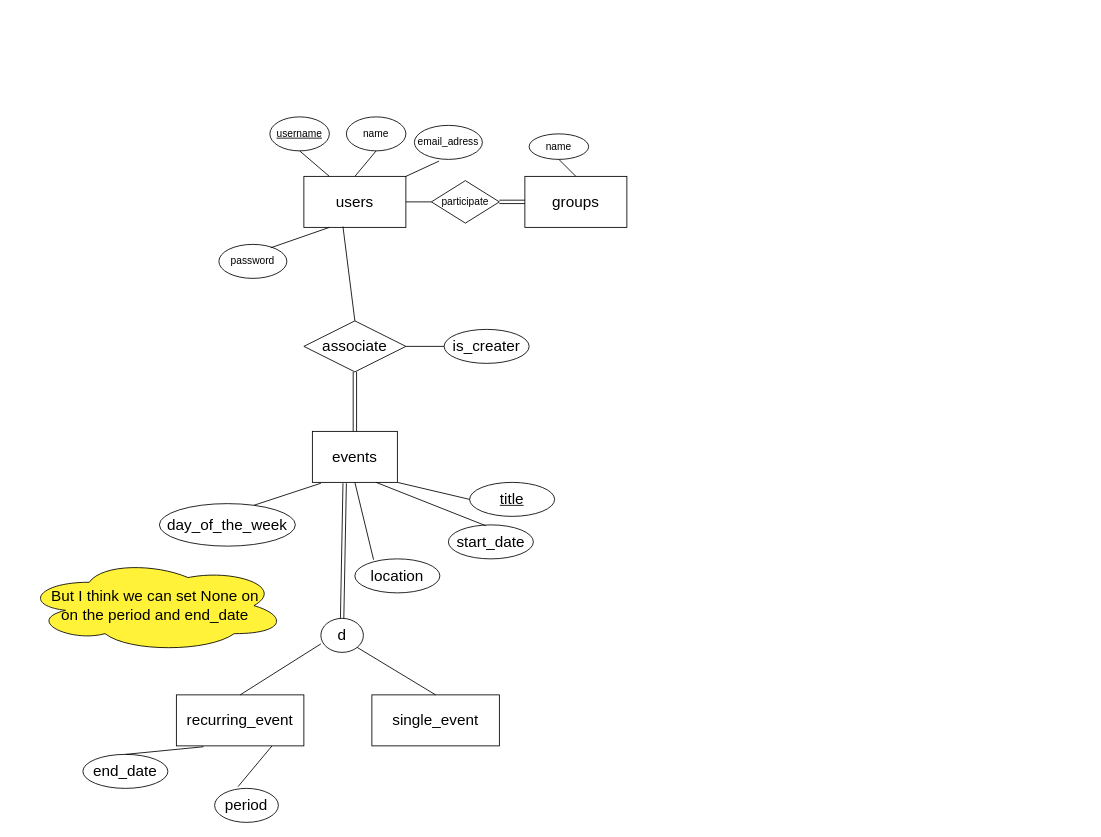
This is COMP 9311/assignment1-CSE-web-based.drawio from LoverCheng/unsw, a draw.io file, before an edit. Source tidied: cells renumbered, new cells numbered last; positions are measured from the earlier drawing's top-left corner, leaving out a move shared by most shapes. Both pictures are drawn from the tidied source at 85%, with x=0, y=0 at pixel (23, 116).
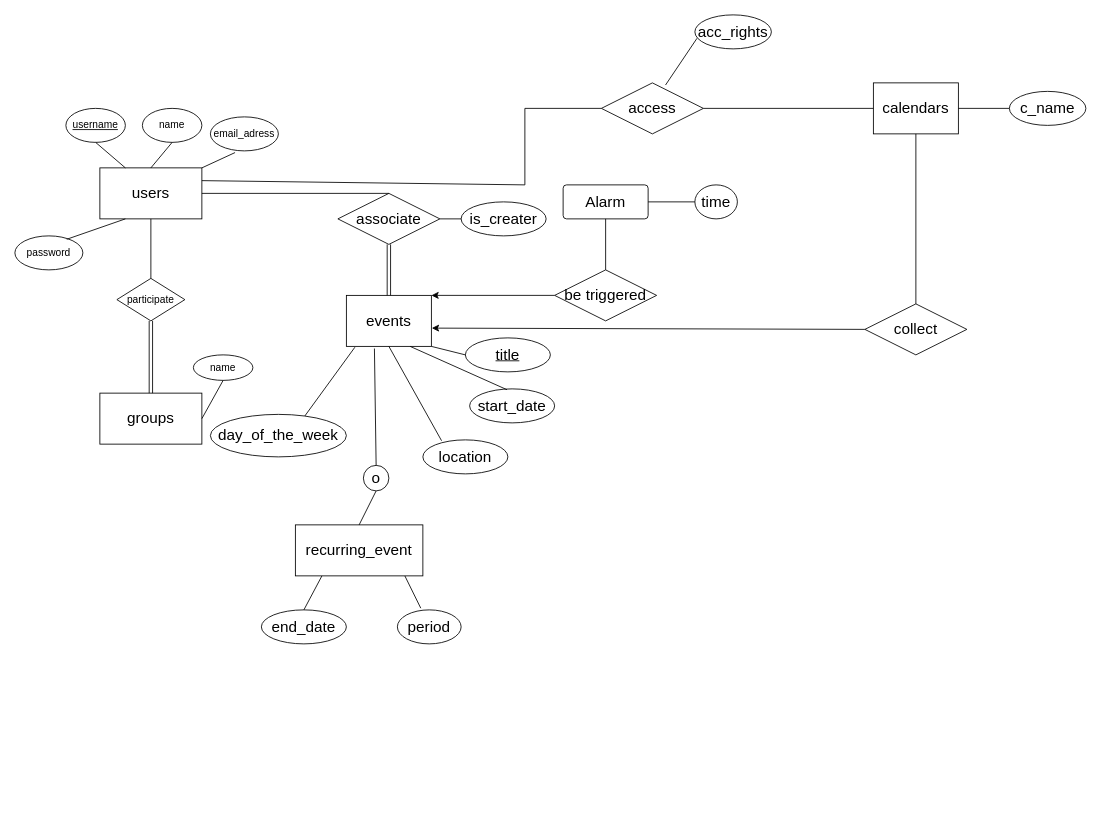
The same page after the edit.

Change to the diagram source:
```diff
@@
     <mxCell id="2" value="name" style="ellipse;whiteSpace=wrap;html=1;" parent="1" vertex="1">
-      <mxGeometry x="380" width="70" height="40" as="geometry" />
+      <mxGeometry x="140" y="-10" width="70" height="40" as="geometry" />
     </mxCell>
     <mxCell id="3" value="&lt;font style=&quot;font-size: 18px;&quot;&gt;users&lt;/font&gt;" style="rounded=0;whiteSpace=wrap;html=1;" parent="1" vertex="1">
-      <mxGeometry x="330" y="70" width="120" height="60" as="geometry" />
+      <mxGeometry x="90" y="60" width="120" height="60" as="geometry" />
     </mxCell>
     <mxCell id="4" value="email_adress" style="ellipse;whiteSpace=wrap;html=1;" parent="1" vertex="1">
-      <mxGeometry x="460" y="10" width="80" height="40" as="geometry" />
+      <mxGeometry x="220" width="80" height="40" as="geometry" />
     </mxCell>
     <mxCell id="5" value="&lt;u&gt;username&lt;/u&gt;" style="ellipse;whiteSpace=wrap;html=1;" parent="1" vertex="1">
-      <mxGeometry x="290" width="70" height="40" as="geometry" />
+      <mxGeometry x="50" y="-10" width="70" height="40" as="geometry" />
     </mxCell>
     <mxCell id="6" value="password" style="ellipse;whiteSpace=wrap;html=1;" parent="1" vertex="1">
-      <mxGeometry x="230" y="150" width="80" height="40" as="geometry" />
+      <mxGeometry x="-10" y="140" width="80" height="40" as="geometry" />
     </mxCell>
@@
     <mxCell id="11" value="&lt;font style=&quot;font-size: 18px;&quot;&gt;groups&lt;/font&gt;" style="rounded=0;whiteSpace=wrap;html=1;" parent="1" vertex="1">
-      <mxGeometry x="590" y="70" width="120" height="60" as="geometry" />
+      <mxGeometry x="90" y="325" width="120" height="60" as="geometry" />
     </mxCell>
     <mxCell id="12" value="name" style="ellipse;whiteSpace=wrap;html=1;" parent="1" vertex="1">
-      <mxGeometry x="595" y="20" width="70" height="30" as="geometry" />
+      <mxGeometry x="200" y="280" width="70" height="30" as="geometry" />
     </mxCell>
-    <mxCell id="13" style="endArrow=none;html=1;rounded=0;entryX=0.5;entryY=1;entryDx=0;entryDy=0;exitX=0.5;exitY=0;exitDx=0;exitDy=0;" parent="1" edge="1" source="11" target="12">
+    <mxCell id="13" style="endArrow=none;html=1;rounded=0;entryX=0.5;entryY=1;entryDx=0;entryDy=0;exitX=1;exitY=0.5;exitDx=0;exitDy=0;" parent="1" edge="1" source="11" target="12">
       <mxGeometry relative="1" as="geometry" />
     </mxCell>
     <mxCell id="14" value="participate" style="rhombus;whiteSpace=wrap;html=1;" parent="1" vertex="1">
-      <mxGeometry x="480" y="75" width="80" height="50" as="geometry" />
+      <mxGeometry x="110" y="190" width="80" height="50" as="geometry" />
     </mxCell>
     <mxCell id="15" value="&lt;font style=&quot;font-size: 18px;&quot;&gt;events&lt;/font&gt;" style="rounded=0;whiteSpace=wrap;html=1;" parent="1" vertex="1">
-      <mxGeometry x="340" y="370" width="100" height="60" as="geometry" />
+      <mxGeometry x="380" y="210" width="100" height="60" as="geometry" />
     </mxCell>
-    <mxCell id="16" style="endArrow=none;html=1;rounded=0;exitX=1;exitY=0.5;exitDx=0;exitDy=0;entryX=0;entryY=0.5;entryDx=0;entryDy=0;" parent="1" edge="1" source="3" target="14">
+    <mxCell id="16" style="endArrow=none;html=1;rounded=0;exitX=0.5;exitY=1;exitDx=0;exitDy=0;entryX=0.5;entryY=0;entryDx=0;entryDy=0;" parent="1" edge="1" source="3" target="14">
       <mxGeometry relative="1" as="geometry" />
     </mxCell>
-    <mxCell id="17" style="shape=link;html=1;rounded=0;entryX=0;entryY=0.5;entryDx=0;entryDy=0;exitX=1;exitY=0.5;exitDx=0;exitDy=0;" parent="1" edge="1" source="14" target="11">
+    <mxCell id="17" style="shape=link;html=1;rounded=0;entryX=0.5;entryY=0;entryDx=0;entryDy=0;exitX=0.5;exitY=1;exitDx=0;exitDy=0;" parent="1" edge="1" source="14" target="11">
       <mxGeometry relative="1" as="geometry" />
     </mxCell>
@@
     <mxCell id="19" value="period" style="ellipse;whiteSpace=wrap;html=1;align=center;fontSize=18;" parent="1" vertex="1">
-      <mxGeometry x="225" y="790" width="75" height="40" as="geometry" />
+      <mxGeometry x="440" y="580" width="75" height="40" as="geometry" />
     </mxCell>
-    <mxCell id="20" style="endArrow=none;html=1;rounded=0;fontSize=18;exitX=0.75;exitY=1;exitDx=0;exitDy=0;entryX=0.367;entryY=-0.05;entryDx=0;entryDy=0;entryPerimeter=0;" parent="1" edge="1" source="36" target="19">
+    <mxCell id="20" style="endArrow=none;html=1;rounded=0;fontSize=18;entryX=0.367;entryY=-0.05;entryDx=0;entryDy=0;entryPerimeter=0;exitX=0.857;exitY=0.992;exitDx=0;exitDy=0;exitPerimeter=0;" parent="1" edge="1" source="36" target="19">
       <mxGeometry relative="1" as="geometry" />
     </mxCell>
     <mxCell id="21" value="&lt;u&gt;title&lt;/u&gt;" style="ellipse;whiteSpace=wrap;html=1;align=center;fontSize=18;" parent="1" vertex="1">
-      <mxGeometry x="525" y="430" width="100" height="40" as="geometry" />
+      <mxGeometry x="520" y="260" width="100" height="40" as="geometry" />
     </mxCell>
@@
     <mxCell id="23" value="location" style="ellipse;whiteSpace=wrap;html=1;align=center;fontSize=18;" parent="1" vertex="1">
-      <mxGeometry x="390" y="520" width="100" height="40" as="geometry" />
+      <mxGeometry x="470" y="380" width="100" height="40" as="geometry" />
     </mxCell>
@@
     <mxCell id="25" value="is_creater" style="ellipse;whiteSpace=wrap;html=1;fontSize=18;" parent="1" vertex="1">
-      <mxGeometry x="495" y="250" width="100" height="40" as="geometry" />
+      <mxGeometry x="515" y="100" width="100" height="40" as="geometry" />
     </mxCell>
@@
     <mxCell id="27" value="associate" style="shape=rhombus;perimeter=rhombusPerimeter;whiteSpace=wrap;html=1;align=center;fontSize=18;" parent="1" vertex="1">
-      <mxGeometry x="330" y="240" width="120" height="60" as="geometry" />
+      <mxGeometry x="370" y="90" width="120" height="60" as="geometry" />
     </mxCell>
-    <mxCell id="28" style="endArrow=none;html=1;rounded=0;fontSize=18;entryX=0.383;entryY=0.983;entryDx=0;entryDy=0;entryPerimeter=0;exitX=0.5;exitY=0;exitDx=0;exitDy=0;" parent="1" edge="1" source="27" target="3">
+    <mxCell id="28" style="endArrow=none;html=1;rounded=0;fontSize=18;entryX=1;entryY=0.5;entryDx=0;entryDy=0;exitX=0.5;exitY=0;exitDx=0;exitDy=0;" parent="1" edge="1" source="27" target="3">
       <mxGeometry relative="1" as="geometry" />
     </mxCell>
     <mxCell id="29" value="day_of_the_week" style="ellipse;whiteSpace=wrap;html=1;align=center;fontSize=18;" parent="1" vertex="1">
-      <mxGeometry x="160" y="455" width="160" height="50" as="geometry" />
+      <mxGeometry x="220" y="350" width="160" height="50" as="geometry" />
     </mxCell>
@@
     <mxCell id="31" value="end_date" style="ellipse;whiteSpace=wrap;html=1;align=center;fontSize=18;" parent="1" vertex="1">
-      <mxGeometry x="70" y="750" width="100" height="40" as="geometry" />
+      <mxGeometry x="280" y="580" width="100" height="40" as="geometry" />
     </mxCell>
-    <mxCell id="32" style="endArrow=none;html=1;rounded=0;fontSize=18;entryX=0.213;entryY=1.017;entryDx=0;entryDy=0;exitX=0.5;exitY=0;exitDx=0;exitDy=0;entryPerimeter=0;" parent="1" edge="1" source="31" target="36">
+    <mxCell id="32" style="endArrow=none;html=1;rounded=0;fontSize=18;exitX=0.5;exitY=0;exitDx=0;exitDy=0;entryX=0.21;entryY=0.992;entryDx=0;entryDy=0;entryPerimeter=0;" parent="1" edge="1" source="31" target="36">
       <mxGeometry relative="1" as="geometry" />
     </mxCell>
     <mxCell id="33" value="start_date" style="ellipse;whiteSpace=wrap;html=1;align=center;fontSize=18;" parent="1" vertex="1">
-      <mxGeometry x="500" y="480" width="100" height="40" as="geometry" />
+      <mxGeometry x="525" y="320" width="100" height="40" as="geometry" />
     </mxCell>
-    <mxCell id="34" style="shape=link;html=1;rounded=0;fontSize=18;exitX=0.38;exitY=1.017;exitDx=0;exitDy=0;exitPerimeter=0;entryX=0.5;entryY=0;entryDx=0;entryDy=0;" parent="1" edge="1" source="15" target="35">
-      <mxGeometry relative="1" as="geometry" />
-    </mxCell>
-    <mxCell id="35" value="d" style="ellipse;whiteSpace=wrap;html=1;align=center;fontSize=18;" parent="1" vertex="1">
-      <mxGeometry x="350" y="590" width="50" height="40" as="geometry" />
-    </mxCell>
     <mxCell id="36" value="&lt;font style=&quot;font-size: 18px;&quot;&gt;recurring_event&lt;/font&gt;" style="rounded=0;whiteSpace=wrap;html=1;" parent="1" vertex="1">
-      <mxGeometry x="180" y="680" width="150" height="60" as="geometry" />
+      <mxGeometry x="320" y="480" width="150" height="60" as="geometry" />
     </mxCell>
-    <mxCell id="37" style="endArrow=none;html=1;rounded=0;fontSize=18;entryX=0.5;entryY=0;entryDx=0;entryDy=0;exitX=0;exitY=0.75;exitDx=0;exitDy=0;exitPerimeter=0;" parent="1" edge="1" source="35" target="36">
-      <mxGeometry relative="1" as="geometry" />
-    </mxCell>
-    <mxCell id="38" value="&lt;font style=&quot;font-size: 18px;&quot;&gt;single_event&lt;/font&gt;" style="rounded=0;whiteSpace=wrap;html=1;" parent="1" vertex="1">
-      <mxGeometry x="410" y="680" width="150" height="60" as="geometry" />
-    </mxCell>
-    <mxCell id="39" style="endArrow=none;html=1;rounded=0;fontSize=18;entryX=0.5;entryY=0;entryDx=0;entryDy=0;exitX=1;exitY=1;exitDx=0;exitDy=0;" parent="1" edge="1" source="35" target="38">
-      <mxGeometry relative="1" as="geometry" />
-    </mxCell>
@@
-    <mxCell id="41" value="But I think we can set None on&lt;br&gt;on the period and end_date" style="ellipse;shape=cloud;whiteSpace=wrap;html=1;fontSize=18;fillColor=#FFF238;" parent="1" vertex="1">
-      <mxGeometry y="520" width="310" height="110" as="geometry" />
-    </mxCell>
+    <mxCell id="42" style="endArrow=none;html=1;rounded=0;fontSize=18;exitX=0.5;exitY=0;exitDx=0;exitDy=0;entryX=0.5;entryY=1;entryDx=0;entryDy=0;" parent="1" edge="1" source="36" target="43">
+      <mxGeometry relative="1" as="geometry" />
+    </mxCell>
+    <mxCell id="43" value="o" style="ellipse;whiteSpace=wrap;html=1;align=center;fontSize=18;" parent="1" vertex="1">
+      <mxGeometry x="400" y="410" width="30" height="30" as="geometry" />
+    </mxCell>
+    <mxCell id="44" style="endArrow=none;html=1;rounded=0;fontSize=18;entryX=0.33;entryY=1.042;entryDx=0;entryDy=0;entryPerimeter=0;exitX=0.5;exitY=0;exitDx=0;exitDy=0;" parent="1" edge="1" source="43" target="15">
+      <mxGeometry relative="1" as="geometry" />
+    </mxCell>
+    <mxCell id="45" value="be triggered" style="shape=rhombus;perimeter=rhombusPerimeter;whiteSpace=wrap;html=1;align=center;labelBackgroundColor=none;fontSize=18;" parent="1" vertex="1">
+      <mxGeometry x="625" y="180" width="120" height="60" as="geometry" />
+    </mxCell>
+    <mxCell id="46" style="endArrow=none;html=1;rounded=0;fontSize=18;entryX=0.5;entryY=1;entryDx=0;entryDy=0;exitX=0.5;exitY=0;exitDx=0;exitDy=0;" parent="1" edge="1" source="45" target="47">
+      <mxGeometry relative="1" as="geometry" />
+    </mxCell>
+    <mxCell id="47" value="Alarm" style="rounded=1;arcSize=10;whiteSpace=wrap;html=1;align=center;labelBackgroundColor=none;fontSize=18;fillColor=none;" parent="1" vertex="1">
+      <mxGeometry x="635" y="80" width="100" height="40" as="geometry" />
+    </mxCell>
+    <mxCell id="48" value="time" style="ellipse;whiteSpace=wrap;html=1;labelBackgroundColor=none;fontSize=18;fillColor=none;" parent="1" vertex="1">
+      <mxGeometry x="790" y="80" width="50" height="40" as="geometry" />
+    </mxCell>
+    <mxCell id="49" style="endArrow=none;html=1;rounded=0;fontSize=18;exitX=1;exitY=0.5;exitDx=0;exitDy=0;entryX=0;entryY=0.5;entryDx=0;entryDy=0;" parent="1" edge="1" source="47" target="48">
+      <mxGeometry relative="1" as="geometry" />
+    </mxCell>
+    <mxCell id="50" style="endArrow=classic;html=1;rounded=0;fontSize=18;entryX=1;entryY=0;entryDx=0;entryDy=0;exitX=0;exitY=0.5;exitDx=0;exitDy=0;" parent="1" edge="1" source="45" target="15">
+      <mxGeometry relative="1" as="geometry" />
+    </mxCell>
+    <mxCell id="51" value="&lt;span style=&quot;font-size: 18px;&quot;&gt;calendars&lt;/span&gt;" style="rounded=0;whiteSpace=wrap;html=1;" parent="1" vertex="1">
+      <mxGeometry x="1000" y="-40" width="100" height="60" as="geometry" />
+    </mxCell>
+    <mxCell id="52" value="collect" style="shape=rhombus;perimeter=rhombusPerimeter;whiteSpace=wrap;html=1;align=center;labelBackgroundColor=none;fontSize=18;fillColor=none;" parent="1" vertex="1">
+      <mxGeometry x="990" y="220" width="120" height="60" as="geometry" />
+    </mxCell>
+    <mxCell id="53" style="endArrow=none;html=1;rounded=0;fontSize=18;entryX=0.5;entryY=1;entryDx=0;entryDy=0;exitX=0.5;exitY=0;exitDx=0;exitDy=0;" parent="1" edge="1" source="52" target="51">
+      <mxGeometry relative="1" as="geometry" />
+    </mxCell>
+    <mxCell id="54" style="endArrow=classic;html=1;rounded=0;fontSize=18;entryX=1.005;entryY=0.642;entryDx=0;entryDy=0;exitX=0;exitY=0.5;exitDx=0;exitDy=0;entryPerimeter=0;" parent="1" edge="1" source="52" target="15">
+      <mxGeometry relative="1" as="geometry" />
+    </mxCell>
+    <mxCell id="55" style="endArrow=none;html=1;rounded=0;fontSize=18;exitX=1;exitY=0.25;exitDx=0;exitDy=0;entryX=0;entryY=0.5;entryDx=0;entryDy=0;" parent="1" edge="1" source="3" target="56">
+      <mxGeometry relative="1" as="geometry">
+        <Array as="points">
+          <mxPoint x="590" y="80" />
+          <mxPoint x="590" y="-10" />
+        </Array>
+      </mxGeometry>
+    </mxCell>
+    <mxCell id="56" value="access" style="shape=rhombus;perimeter=rhombusPerimeter;whiteSpace=wrap;html=1;align=center;labelBackgroundColor=none;fontSize=18;" parent="1" vertex="1">
+      <mxGeometry x="680" y="-40" width="120" height="60" as="geometry" />
+    </mxCell>
+    <mxCell id="57" value="c_name" style="ellipse;whiteSpace=wrap;html=1;labelBackgroundColor=none;fontSize=18;fillColor=none;" parent="1" vertex="1">
+      <mxGeometry x="1160" y="-30" width="90" height="40" as="geometry" />
+    </mxCell>
+    <mxCell id="58" style="endArrow=none;html=1;rounded=0;fontSize=18;exitX=1;exitY=0.5;exitDx=0;exitDy=0;entryX=0;entryY=0.5;entryDx=0;entryDy=0;" parent="1" edge="1" source="51" target="57">
+      <mxGeometry relative="1" as="geometry" />
+    </mxCell>
+    <mxCell id="59" value="acc_rights" style="ellipse;whiteSpace=wrap;html=1;labelBackgroundColor=none;fontSize=18;fillColor=none;" parent="1" vertex="1">
+      <mxGeometry x="790" y="-120" width="90" height="40" as="geometry" />
+    </mxCell>
+    <mxCell id="60" style="endArrow=none;html=1;rounded=0;fontSize=18;entryX=0.028;entryY=0.688;entryDx=0;entryDy=0;entryPerimeter=0;exitX=0.629;exitY=0.042;exitDx=0;exitDy=0;exitPerimeter=0;" parent="1" edge="1" source="56" target="59">
+      <mxGeometry relative="1" as="geometry" />
+    </mxCell>
+    <mxCell id="61" style="endArrow=none;html=1;rounded=0;fontSize=18;exitX=1;exitY=0.5;exitDx=0;exitDy=0;entryX=0;entryY=0.5;entryDx=0;entryDy=0;" parent="1" edge="1" source="56" target="51">
+      <mxGeometry relative="1" as="geometry" />
+    </mxCell>
```
